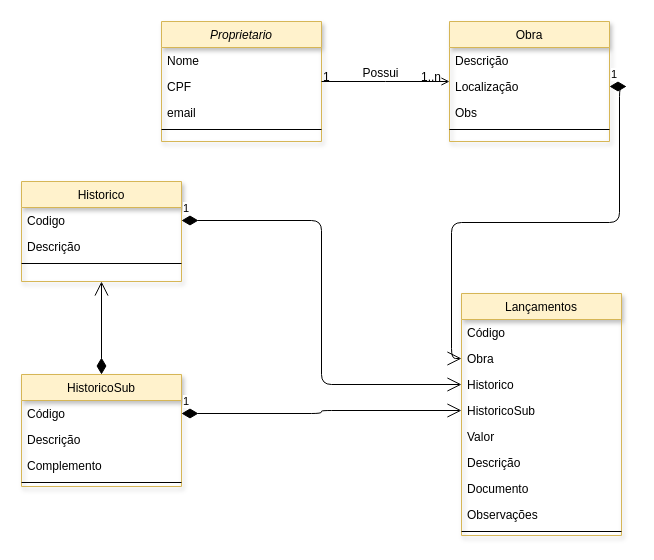
The draw.io diagram GESTAO_OBRAS.drawio in marcoswagner-commits/aula_daw, before the edit. Source tidied: cells renumbered, new cells numbered last; positions are measured from the earlier drawing's top-left corner, leaving out a move shared by most shapes. Both pictures are drawn from the tidied source at 100%, with x=0, y=0 at pixel (21, 21).
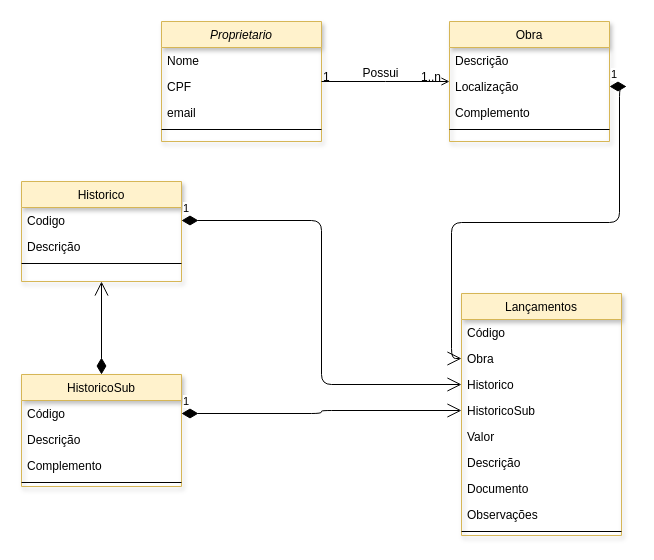
The same page after the edit.

Unchanged cells that the change refers to:
```xml
<mxCell id="16" value="Obra" style="swimlane;fontStyle=0;align=center;verticalAlign=top;horizontal=1;startSize=26;rounded=0;shadow=1;strokeWidth=1;fillColor=#fff2cc;strokeColor=#d6b656;" parent="1" vertex="1">
  <mxGeometry x="428" width="160" height="120" as="geometry" />
</mxCell>
```

Change to the diagram source:
```diff
@@
-    <mxCell id="19" value="Obs" style="text;align=left;verticalAlign=top;spacingLeft=4;spacingRight=4;overflow=hidden;rounded=0;shadow=0;html=0;" parent="16" vertex="1">
+    <mxCell id="19" value="Complemento" style="text;align=left;verticalAlign=top;spacingLeft=4;spacingRight=4;overflow=hidden;rounded=0;shadow=0;html=0;" parent="16" vertex="1">
       <mxGeometry y="78" width="160" height="26" as="geometry" />
     </mxCell>
```
